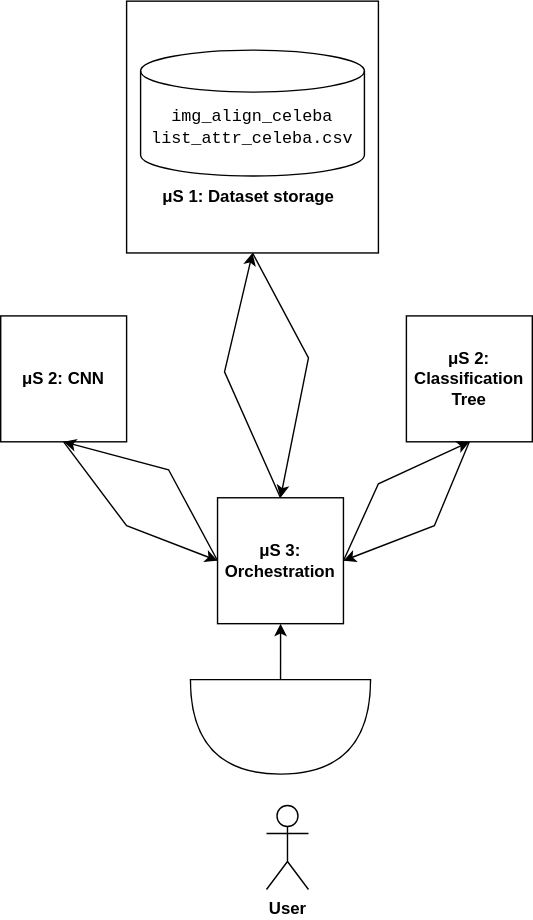
Earlier version of the draw.io export architechture.drawio.svg (Wissem0/Projet-Integrateur-Classification-d-images). Source tidied: cells renumbered, new cells last; positions are measured from the earlier drawing's top-left corner, leaving out a move shared by most shapes.
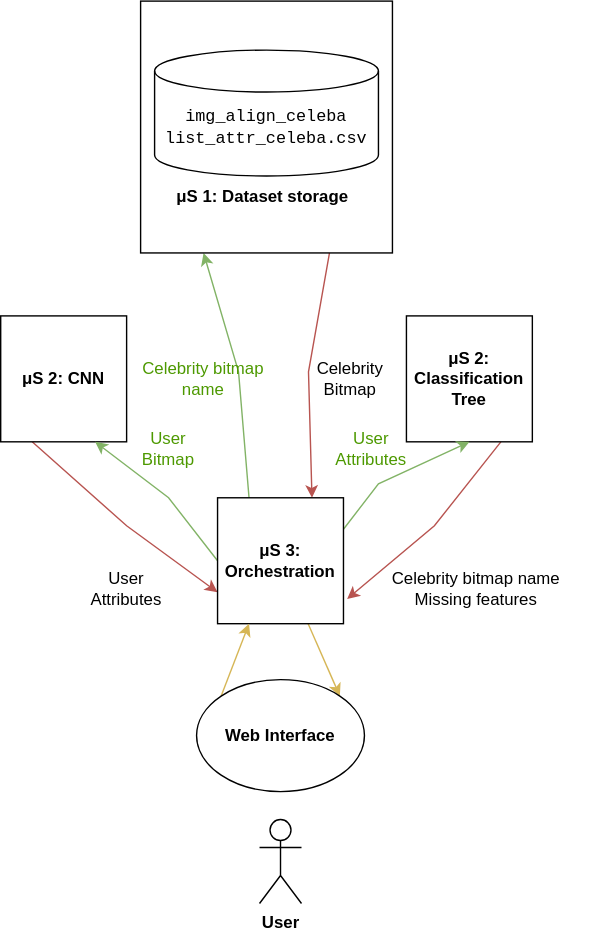
After the change.

Diff of the diagram source:
```diff
@@ -2,14 +2,14 @@
   <root>
     <mxCell id="0" />
     <mxCell id="1" parent="0" />
-    <mxCell id="2" style="rounded=0;jettySize=auto;html=1;entryX=0.5;entryY=0;entryDx=0;entryDy=0;fontFamily=Helvetica;exitX=0.5;exitY=1;exitDx=0;exitDy=0;" parent="1" edge="1" source="15" target="10">
+    <mxCell id="2" style="rounded=0;jettySize=auto;html=1;entryX=0.75;entryY=0;entryDx=0;entryDy=0;fontFamily=Helvetica;exitX=0.75;exitY=1;exitDx=0;exitDy=0;fillColor=#f8cecc;strokeColor=#b85450;" parent="1" edge="1" source="15" target="10">
       <mxGeometry relative="1" as="geometry">
         <Array as="points">
-          <mxPoint x="220" y="255" />
+          <mxPoint x="220" y="265" />
         </Array>
       </mxGeometry>
     </mxCell>
-    <mxCell id="3" style="rounded=0;jettySize=auto;html=1;entryX=0;entryY=0.5;entryDx=0;entryDy=0;fontFamily=Helvetica;exitX=0.5;exitY=1;exitDx=0;exitDy=0;" parent="1" edge="1" source="4" target="10">
+    <mxCell id="3" style="rounded=0;jettySize=auto;html=1;fontFamily=Helvetica;exitX=0.25;exitY=1;exitDx=0;exitDy=0;entryX=0;entryY=0.75;entryDx=0;entryDy=0;fillColor=#f8cecc;strokeColor=#b85450;" parent="1" edge="1" source="4" target="10">
       <mxGeometry relative="1" as="geometry">
         <Array as="points">
           <mxPoint x="90" y="375" />
@@ -19,7 +19,7 @@
     <mxCell id="4" value="&lt;b&gt;μS 2: CNN&lt;/b&gt;" style="whiteSpace=wrap;html=1;fillStyle=solid;fontFamily=Helvetica;fillColor=#FFFFFF;" parent="1" vertex="1">
       <mxGeometry y="225" width="90" height="90" as="geometry" />
     </mxCell>
-    <mxCell id="5" style="rounded=0;jettySize=auto;html=1;entryX=1;entryY=0.5;entryDx=0;entryDy=0;fontFamily=Helvetica;exitX=0.5;exitY=1;exitDx=0;exitDy=0;" parent="1" edge="1" source="6" target="10">
+    <mxCell id="5" style="rounded=0;jettySize=auto;html=1;entryX=1.029;entryY=0.804;entryDx=0;entryDy=0;fontFamily=Helvetica;exitX=0.75;exitY=1;exitDx=0;exitDy=0;entryPerimeter=0;fillColor=#f8cecc;strokeColor=#b85450;" parent="1" edge="1" source="6" target="10">
       <mxGeometry relative="1" as="geometry">
         <Array as="points">
           <mxPoint x="310" y="375" />
@@ -29,41 +29,41 @@
     <mxCell id="6" value="&lt;b&gt;μS 2: Classification Tree&lt;br&gt;&lt;/b&gt;" style="whiteSpace=wrap;html=1;fillStyle=solid;fontFamily=Helvetica;fillColor=#FFFFFF;" parent="1" vertex="1">
       <mxGeometry x="290" y="225" width="90" height="90" as="geometry" />
     </mxCell>
-    <mxCell id="7" style="rounded=0;jettySize=auto;html=1;fontFamily=Helvetica;entryX=0.5;entryY=1;entryDx=0;entryDy=0;exitX=0;exitY=0.5;exitDx=0;exitDy=0;" parent="1" edge="1" source="10" target="4">
+    <mxCell id="7" style="rounded=0;jettySize=auto;html=1;fontFamily=Helvetica;entryX=0.75;entryY=1;entryDx=0;entryDy=0;exitX=0;exitY=0.5;exitDx=0;exitDy=0;fillColor=#d5e8d4;strokeColor=#82b366;" parent="1" edge="1" source="10" target="4">
       <mxGeometry relative="1" as="geometry">
         <Array as="points">
-          <mxPoint x="120" y="335" />
+          <mxPoint x="120" y="355" />
         </Array>
       </mxGeometry>
     </mxCell>
-    <mxCell id="8" style="rounded=0;jettySize=auto;html=1;entryX=0.5;entryY=1;entryDx=0;entryDy=0;fontFamily=Helvetica;exitX=1;exitY=0.5;exitDx=0;exitDy=0;" parent="1" edge="1" source="10" target="6">
+    <mxCell id="8" style="rounded=0;jettySize=auto;html=1;entryX=0.5;entryY=1;entryDx=0;entryDy=0;fontFamily=Helvetica;exitX=1;exitY=0.25;exitDx=0;exitDy=0;fillColor=#d5e8d4;strokeColor=#82b366;" parent="1" edge="1" source="10" target="6">
       <mxGeometry relative="1" as="geometry">
         <Array as="points">
           <mxPoint x="270" y="345" />
         </Array>
       </mxGeometry>
     </mxCell>
-    <mxCell id="9" style="rounded=0;jettySize=auto;html=1;entryX=0.5;entryY=1;entryDx=0;entryDy=0;fontFamily=Helvetica;exitX=0.5;exitY=0;exitDx=0;exitDy=0;" parent="1" edge="1" source="10" target="15">
+    <mxCell id="9" style="rounded=0;jettySize=auto;html=1;entryX=0.25;entryY=1;entryDx=0;entryDy=0;fontFamily=Helvetica;exitX=0.25;exitY=0;exitDx=0;exitDy=0;fillColor=#d5e8d4;strokeColor=#82b366;" parent="1" edge="1" source="10" target="15">
       <mxGeometry relative="1" as="geometry">
         <Array as="points">
-          <mxPoint x="160" y="265" />
+          <mxPoint x="170" y="265" />
         </Array>
       </mxGeometry>
     </mxCell>
+    <mxCell id="19" style="edgeStyle=none;rounded=0;jettySize=auto;html=1;entryX=1;entryY=0;entryDx=0;entryDy=0;fontFamily=Helvetica;elbow=vertical;fillColor=#fff2cc;strokeColor=#d6b656;" parent="1" edge="1" source="10" target="20">
+      <mxGeometry relative="1" as="geometry" />
+    </mxCell>
     <mxCell id="10" value="&lt;b&gt;μS 3: Orchestration&lt;/b&gt;" style="whiteSpace=wrap;html=1;fillStyle=solid;fontFamily=Helvetica;fillColor=#FFFFFF;" parent="1" vertex="1">
       <mxGeometry x="155" y="355" width="90" height="90" as="geometry" />
     </mxCell>
-    <mxCell id="11" style="edgeStyle=orthogonalEdgeStyle;rounded=0;jettySize=auto;html=1;fontFamily=Helvetica;" parent="1" edge="1" source="12" target="10">
+    <mxCell id="11" style="rounded=0;jettySize=auto;html=1;fontFamily=Helvetica;exitX=0;exitY=0;exitDx=0;exitDy=0;entryX=0.25;entryY=1;entryDx=0;entryDy=0;fillColor=#fff2cc;strokeColor=#d6b656;" parent="1" edge="1" source="20" target="10">
       <mxGeometry relative="1" as="geometry" />
     </mxCell>
-    <mxCell id="12" style="shape=or;whiteSpace=wrap;html=1;fillStyle=solid;fontFamily=Helvetica;fillColor=#FFFFFF;rotation=90;" parent="1" vertex="1">
-      <mxGeometry x="166.2" y="454.4" width="67.5" height="128.8" as="geometry" />
-    </mxCell>
     <mxCell id="13" value="&lt;b&gt;User&lt;/b&gt;" style="shape=umlActor;verticalLabelPosition=bottom;verticalAlign=top;html=1;fillStyle=solid;fontFamily=Helvetica;fillColor=#FFFFFF;" parent="1" vertex="1">
-      <mxGeometry x="190" y="575" width="30" height="60" as="geometry" />
+      <mxGeometry x="185" y="585" width="30" height="60" as="geometry" />
     </mxCell>
     <mxCell id="14" style="group;" parent="1" vertex="1">
-      <mxGeometry x="90" width="200" height="180" as="geometry" />
+      <mxGeometry x="100" width="200" height="180" as="geometry" />
     </mxCell>
     <mxCell id="15" style="whiteSpace=wrap;html=1;fontFamily=Helvetica;" parent="14" vertex="1">
       <mxGeometry width="180" height="180" as="geometry" />
@@ -77,5 +77,26 @@
     <mxCell id="18" value="&lt;div align=&quot;center&quot;&gt;&lt;b&gt;&lt;font face=&quot;Helvetica&quot;&gt;&lt;span class=&quot;js-about-item-abstr&quot;&gt;μS 1: Dataset storage&lt;/span&gt;&lt;/font&gt;&lt;/b&gt;&lt;br&gt;&lt;span class=&quot;js-about-item-abstr&quot;&gt;&lt;/span&gt;&lt;/div&gt;" style="text;strokeColor=none;fillColor=none;align=left;verticalAlign=middle;spacingLeft=4;spacingRight=4;overflow=hidden;whiteSpace=wrap;html=1;fontFamily=Courier New;" parent="14" vertex="1">
       <mxGeometry x="20" y="105" width="180" height="70" as="geometry" />
     </mxCell>
+    <mxCell id="20" value="&lt;b&gt;Web Interface&lt;br&gt;&lt;/b&gt;" style="ellipse;whiteSpace=wrap;html=1;fillStyle=solid;fontFamily=Helvetica;fillColor=#FFFFFF;" parent="1" vertex="1">
+      <mxGeometry x="140" y="485" width="120" height="80" as="geometry" />
+    </mxCell>
+    <mxCell id="21" value="&lt;font color=&quot;#4D9900&quot;&gt;User Bitmap&lt;/font&gt;" style="text;html=1;strokeColor=none;fillColor=none;align=center;verticalAlign=middle;whiteSpace=wrap;rounded=0;fillStyle=solid;fontFamily=Helvetica;" parent="1" vertex="1">
+      <mxGeometry x="90" y="305" width="60" height="30" as="geometry" />
+    </mxCell>
+    <mxCell id="22" value="User Attributes" style="text;html=1;strokeColor=none;fillColor=none;align=center;verticalAlign=middle;whiteSpace=wrap;rounded=0;fillStyle=solid;fontFamily=Helvetica;" parent="1" vertex="1">
+      <mxGeometry x="60" y="405" width="60" height="30" as="geometry" />
+    </mxCell>
+    <mxCell id="23" value="&lt;div&gt;Celebrity bitmap name&lt;/div&gt;&lt;div&gt;Missing features&lt;br&gt;&lt;/div&gt;" style="text;html=1;strokeColor=none;fillColor=none;align=center;verticalAlign=middle;whiteSpace=wrap;rounded=0;fillStyle=solid;fontFamily=Helvetica;" parent="1" vertex="1">
+      <mxGeometry x="250" y="405" width="180" height="30" as="geometry" />
+    </mxCell>
+    <mxCell id="24" value="&lt;font color=&quot;#4D9900&quot;&gt;User Attributes&lt;/font&gt;" style="text;html=1;strokeColor=none;fillColor=none;align=center;verticalAlign=middle;whiteSpace=wrap;rounded=0;fillStyle=solid;fontFamily=Helvetica;" parent="1" vertex="1">
+      <mxGeometry x="230" y="305" width="70" height="30" as="geometry" />
+    </mxCell>
+    <mxCell id="25" value="&lt;div&gt;Celebrity&lt;/div&gt;&lt;div&gt;Bitmap&lt;br&gt;&lt;/div&gt;" style="text;html=1;strokeColor=none;fillColor=none;align=center;verticalAlign=middle;whiteSpace=wrap;rounded=0;fillStyle=solid;fontFamily=Helvetica;" parent="1" vertex="1">
+      <mxGeometry x="215" y="255" width="70" height="30" as="geometry" />
+    </mxCell>
+    <mxCell id="26" value="&lt;div&gt;&lt;font color=&quot;#4D9900&quot;&gt;Celebrity bitmap name&lt;br&gt;&lt;/font&gt;&lt;/div&gt;" style="text;html=1;strokeColor=none;fillColor=none;align=center;verticalAlign=middle;whiteSpace=wrap;rounded=0;fillStyle=solid;fontFamily=Helvetica;" parent="1" vertex="1">
+      <mxGeometry x="100" y="255" width="90" height="30" as="geometry" />
+    </mxCell>
   </root>
 </mxGraphModel>
```
